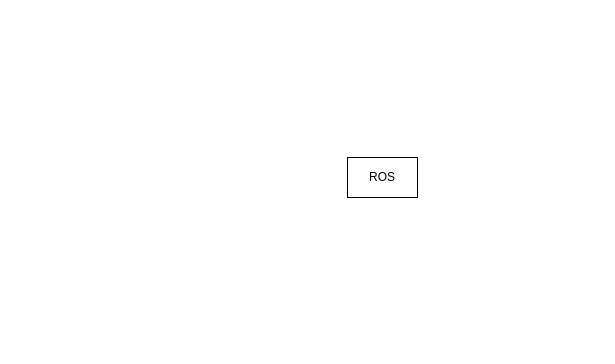
Above: Untitled Diagram.drawio in eelaukka/new (draw.io), before the change. Source tidied: cells renumbered, new cells numbered last; positions are measured from the earlier drawing's top-left corner, leaving out a move shared by most shapes. Both pictures are drawn from the tidied source at 100%, with x=0, y=0 at pixel (347, 157).
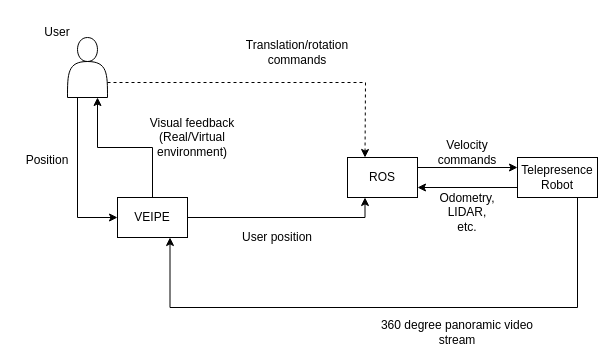
The same diagram, later.

Unchanged cells that the change refers to:
```xml
<mxCell id="2" value="ROS" style="rounded=0;whiteSpace=wrap;html=1;" parent="1" vertex="1">
  <mxGeometry width="70" height="40" as="geometry" />
</mxCell>
```

Diff of the diagram source:
```diff
@@
+    <mxCell id="3" style="edgeStyle=orthogonalEdgeStyle;rounded=0;jettySize=auto;html=1;exitX=1;exitY=0.25;exitDx=0;exitDy=0;entryX=0;entryY=0.25;entryDx=0;entryDy=0;" parent="1" edge="1" source="2" target="16">
+      <mxGeometry relative="1" as="geometry" />
+    </mxCell>
@@
+    <mxCell id="4" style="edgeStyle=orthogonalEdgeStyle;rounded=0;jettySize=auto;html=1;exitX=0.25;exitY=1;exitDx=0;exitDy=0;entryX=0;entryY=0.5;entryDx=0;entryDy=0;" parent="1" edge="1" source="5" target="8">
+      <mxGeometry relative="1" as="geometry" />
+    </mxCell>
+    <mxCell id="5" style="shape=actor;whiteSpace=wrap;html=1;" parent="1" vertex="1">
+      <mxGeometry x="-280" y="-120" width="40" height="60" as="geometry" />
+    </mxCell>
+    <mxCell id="6" style="edgeStyle=orthogonalEdgeStyle;rounded=0;jettySize=auto;html=1;exitX=1;exitY=0.5;exitDx=0;exitDy=0;entryX=0.25;entryY=1;entryDx=0;entryDy=0;" parent="1" edge="1" source="8" target="2">
+      <mxGeometry relative="1" as="geometry" />
+    </mxCell>
+    <mxCell id="7" style="edgeStyle=orthogonalEdgeStyle;rounded=0;jettySize=auto;html=1;exitX=0.5;exitY=0;exitDx=0;exitDy=0;entryX=0.75;entryY=1;entryDx=0;entryDy=0;" parent="1" edge="1" source="8" target="5">
+      <mxGeometry relative="1" as="geometry" />
+    </mxCell>
+    <mxCell id="8" value="VEIPE" style="rounded=0;whiteSpace=wrap;html=1;" parent="1" vertex="1">
+      <mxGeometry x="-230" y="40" width="70" height="40" as="geometry" />
+    </mxCell>
+    <mxCell id="9" value="Position" style="text;html=1;align=center;verticalAlign=middle;whiteSpace=wrap;rounded=0;" parent="1" vertex="1">
+      <mxGeometry x="-330" y="-10" width="60" height="25" as="geometry" />
+    </mxCell>
+    <mxCell id="10" value="Visual feedback (Real/Virtual environment)" style="text;html=1;align=center;verticalAlign=middle;whiteSpace=wrap;rounded=0;" parent="1" vertex="1">
+      <mxGeometry x="-220" y="-40" width="130" height="40" as="geometry" />
+    </mxCell>
+    <mxCell id="11" style="endArrow=classic;html=1;rounded=0;dashed=1;exitX=1;exitY=0.75;exitDx=0;exitDy=0;entryX=0.25;entryY=0;entryDx=0;entryDy=0;" parent="1" edge="1" source="5" target="2">
+      <mxGeometry relative="1" as="geometry">
+        <Array as="points">
+          <mxPoint x="18" y="-75" />
+        </Array>
+      </mxGeometry>
+    </mxCell>
+    <mxCell id="12" value="Translation/rotation commands" style="text;html=1;align=center;verticalAlign=middle;whiteSpace=wrap;rounded=0;" parent="1" vertex="1">
+      <mxGeometry x="-80" y="-120" width="60" height="30" as="geometry" />
+    </mxCell>
+    <mxCell id="13" value="User position" style="text;html=1;align=center;verticalAlign=middle;whiteSpace=wrap;rounded=0;" parent="1" vertex="1">
+      <mxGeometry x="-110" y="60" width="80" height="40" as="geometry" />
+    </mxCell>
+    <mxCell id="14" style="edgeStyle=orthogonalEdgeStyle;rounded=0;jettySize=auto;html=1;exitX=0;exitY=0.75;exitDx=0;exitDy=0;entryX=1;entryY=0.75;entryDx=0;entryDy=0;" parent="1" edge="1" source="16" target="2">
+      <mxGeometry relative="1" as="geometry" />
+    </mxCell>
+    <mxCell id="15" style="edgeStyle=orthogonalEdgeStyle;rounded=0;jettySize=auto;html=1;exitX=0.75;exitY=1;exitDx=0;exitDy=0;entryX=0.75;entryY=1;entryDx=0;entryDy=0;" parent="1" edge="1" source="16" target="8">
+      <mxGeometry relative="1" as="geometry">
+        <Array as="points">
+          <mxPoint x="230" y="150" />
+          <mxPoint x="-177" y="150" />
+        </Array>
+      </mxGeometry>
+    </mxCell>
+    <mxCell id="16" value="Telepresence&lt;div&gt;Robot&lt;/div&gt;" style="rounded=0;whiteSpace=wrap;html=1;" parent="1" vertex="1">
+      <mxGeometry x="170" width="80" height="40" as="geometry" />
+    </mxCell>
+    <mxCell id="17" value="Velocity commands" style="text;html=1;align=center;verticalAlign=middle;whiteSpace=wrap;rounded=0;" parent="1" vertex="1">
+      <mxGeometry x="90" y="-20" width="60" height="30" as="geometry" />
+    </mxCell>
+    <mxCell id="18" value="Odometry, LIDAR, etc." style="text;html=1;align=center;verticalAlign=middle;whiteSpace=wrap;rounded=0;" parent="1" vertex="1">
+      <mxGeometry x="90" y="40" width="60" height="30" as="geometry" />
+    </mxCell>
+    <mxCell id="19" value="360 degree panoramic video stream" style="text;html=1;align=center;verticalAlign=middle;whiteSpace=wrap;rounded=0;" parent="1" vertex="1">
+      <mxGeometry x="30" y="160" width="160" height="30" as="geometry" />
+    </mxCell>
+    <mxCell id="20" value="User" style="text;html=1;align=center;verticalAlign=middle;whiteSpace=wrap;rounded=0;" parent="1" vertex="1">
+      <mxGeometry x="-320" y="-140" width="60" height="30" as="geometry" />
+    </mxCell>
```
